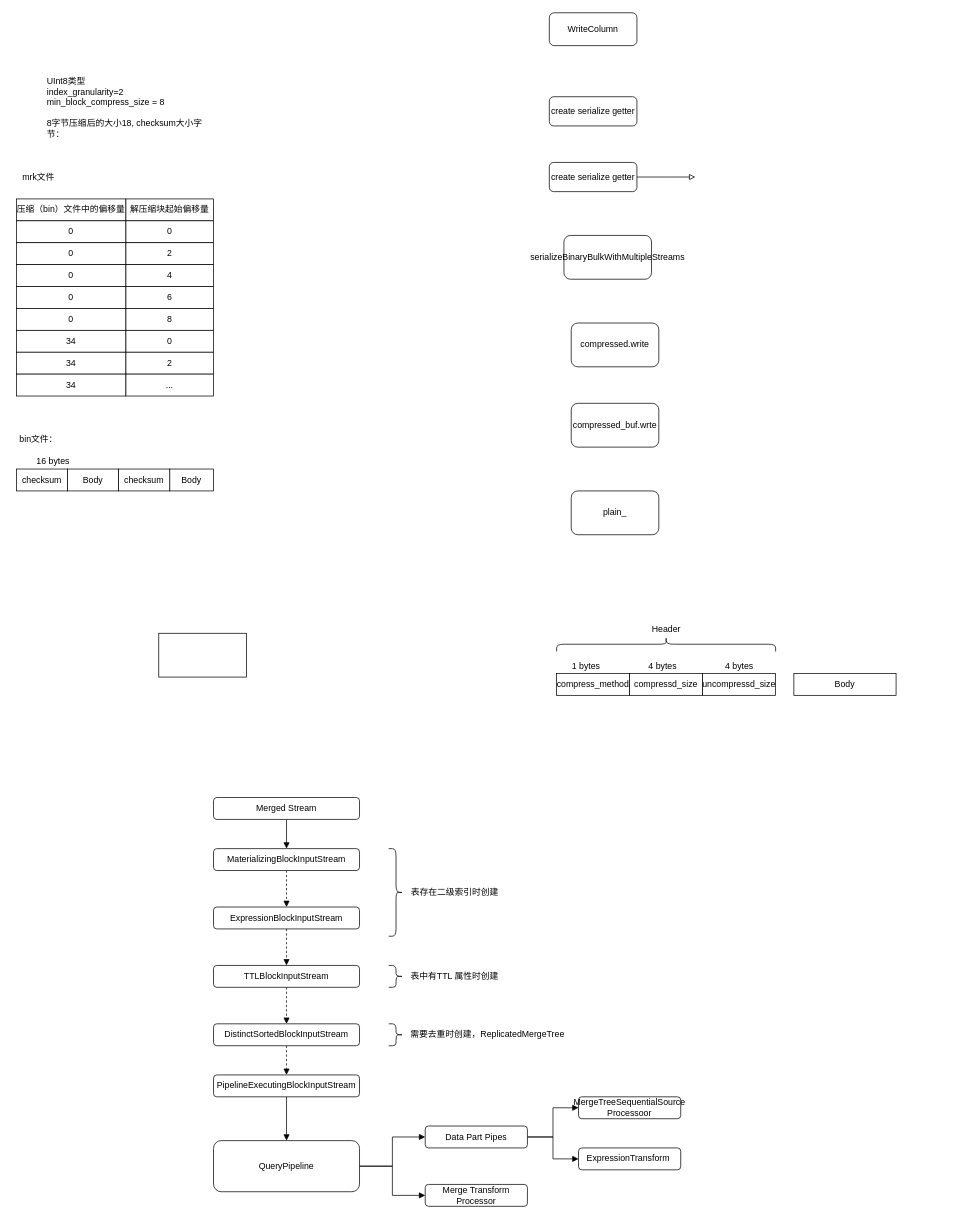
The draw.io diagram page "流程图" (6 of 8) of clickhouse/clickhosue-storage 模块.drawio in cicelprg/drawio, before the edit. Source tidied: cells renumbered, new cells numbered last; positions are measured from the earlier drawing's top-left corner, leaving out a move shared by most shapes. Both pictures are drawn from the tidied source at 73%, with x=0, y=0 at pixel (12, 12).
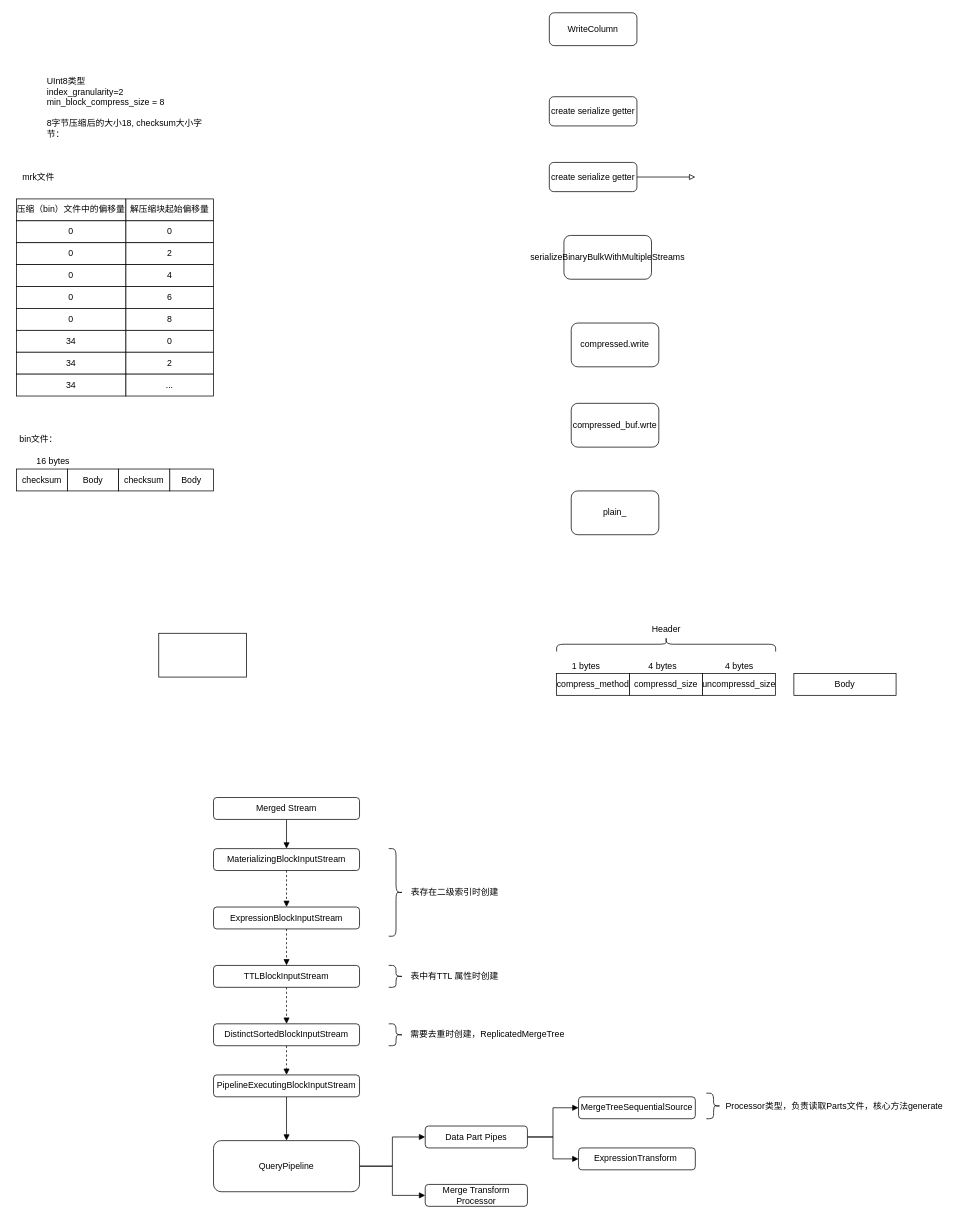
After the change.

The edit, as a diff of the source:
```diff
@@
-    <mxCell id="69" value="MergeTreeSequentialSource&lt;br&gt;Processoor" style="rounded=1;whiteSpace=wrap;html=1;" parent="1" vertex="1">
-      <mxGeometry x="775" y="1485" width="140" height="30" as="geometry" />
+    <mxCell id="69" value="MergeTreeSequentialSource&lt;br&gt;" style="rounded=1;whiteSpace=wrap;html=1;" parent="1" vertex="1">
+      <mxGeometry x="775" y="1485" width="160" height="30" as="geometry" />
     </mxCell>
     <mxCell id="70" value="ExpressionTransform&amp;nbsp;" style="rounded=1;whiteSpace=wrap;html=1;" parent="1" vertex="1">
-      <mxGeometry x="775" y="1555" width="140" height="30" as="geometry" />
+      <mxGeometry x="775" y="1555" width="160" height="30" as="geometry" />
     </mxCell>
@@
+    <mxCell id="73" style="shape=curlyBracket;whiteSpace=wrap;html=1;rounded=1;flipH=1;" parent="1" vertex="1">
+      <mxGeometry x="950" y="1480" width="20" height="35" as="geometry" />
+    </mxCell>
+    <mxCell id="74" value="Processor类型，负责读取Parts文件，核心方法generate" style="text;html=1;align=center;verticalAlign=middle;strokeColor=none;fillColor=none;" parent="1" vertex="1">
+      <mxGeometry x="970" y="1487.5" width="310" height="20" as="geometry" />
+    </mxCell>
```
